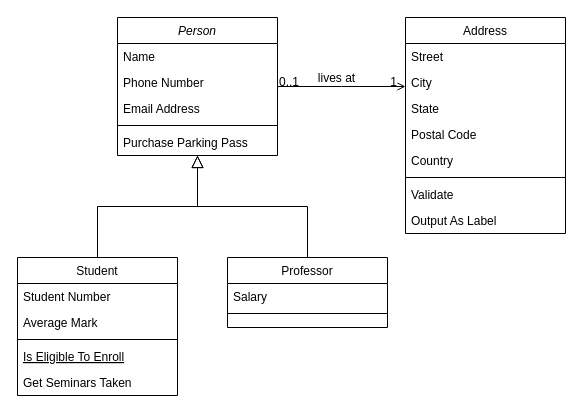
The draw.io diagram Diagramme sans nom.drawio in Boskonovic/diagrams, before the edit. Source tidied: cells renumbered, new cells numbered last; positions are measured from the earlier drawing's top-left corner, leaving out a move shared by most shapes. Both pictures are drawn from the tidied source at 100%, with x=0, y=0 at pixel (17, 17).
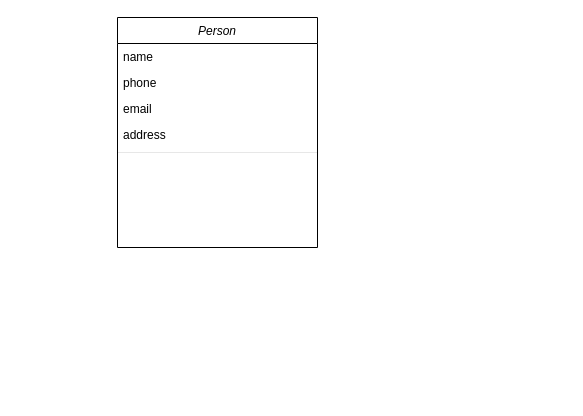
After the change.

Change to the diagram source:
```diff
@@
     <mxCell id="2" value="Person" style="swimlane;fontStyle=2;align=center;verticalAlign=top;horizontal=1;startSize=26;rounded=0;shadow=0;strokeWidth=1;" parent="1" vertex="1">
-      <mxGeometry x="100" width="160" height="138" as="geometry" />
+      <mxGeometry x="100" width="200" height="230" as="geometry" />
     </mxCell>
-    <mxCell id="3" value="Name" style="text;align=left;verticalAlign=top;spacingLeft=4;spacingRight=4;overflow=hidden;" parent="2" vertex="1">
-      <mxGeometry y="26" width="160" height="26" as="geometry" />
+    <mxCell id="3" value="name" style="text;align=left;verticalAlign=top;spacingLeft=4;spacingRight=4;overflow=hidden;" parent="2" vertex="1">
+      <mxGeometry y="26" width="200" height="26" as="geometry" />
     </mxCell>
-    <mxCell id="4" value="Phone Number" style="text;align=left;verticalAlign=top;spacingLeft=4;spacingRight=4;overflow=hidden;rounded=0;shadow=0;html=0;" parent="2" vertex="1">
-      <mxGeometry y="52" width="160" height="26" as="geometry" />
+    <mxCell id="4" value="phone" style="text;align=left;verticalAlign=top;spacingLeft=4;spacingRight=4;overflow=hidden;rounded=0;shadow=0;html=0;" parent="2" vertex="1">
+      <mxGeometry y="52" width="200" height="26" as="geometry" />
     </mxCell>
-    <mxCell id="5" value="Email Address" style="text;align=left;verticalAlign=top;spacingLeft=4;spacingRight=4;overflow=hidden;rounded=0;shadow=0;html=0;" parent="2" vertex="1">
-      <mxGeometry y="78" width="160" height="26" as="geometry" />
+    <mxCell id="5" value="email" style="text;align=left;verticalAlign=top;spacingLeft=4;spacingRight=4;overflow=hidden;rounded=0;shadow=0;html=0;" parent="2" vertex="1">
+      <mxGeometry y="78" width="200" height="26" as="geometry" />
     </mxCell>
-    <mxCell id="6" style="line;html=1;strokeWidth=1;align=left;verticalAlign=middle;spacingTop=-1;spacingLeft=3;spacingRight=3;labelPosition=right;" parent="2" vertex="1">
-      <mxGeometry y="104" width="160" height="8" as="geometry" />
-    </mxCell>
-    <mxCell id="7" value="Purchase Parking Pass" style="text;align=left;verticalAlign=top;spacingLeft=4;spacingRight=4;overflow=hidden;" parent="2" vertex="1">
-      <mxGeometry y="112" width="160" height="26" as="geometry" />
-    </mxCell>
-    <mxCell id="8" value="Student" style="swimlane;fontStyle=0;align=center;verticalAlign=top;horizontal=1;startSize=26;rounded=0;shadow=0;strokeWidth=1;" parent="1" vertex="1">
-      <mxGeometry y="240" width="160" height="138" as="geometry" />
-    </mxCell>
-    <mxCell id="9" value="Student Number" style="text;align=left;verticalAlign=top;spacingLeft=4;spacingRight=4;overflow=hidden;" parent="8" vertex="1">
-      <mxGeometry y="26" width="160" height="26" as="geometry" />
-    </mxCell>
-    <mxCell id="10" value="Average Mark" style="text;align=left;verticalAlign=top;spacingLeft=4;spacingRight=4;overflow=hidden;rounded=0;shadow=0;html=0;" parent="8" vertex="1">
-      <mxGeometry y="52" width="160" height="26" as="geometry" />
-    </mxCell>
-    <mxCell id="11" style="line;html=1;strokeWidth=1;align=left;verticalAlign=middle;spacingTop=-1;spacingLeft=3;spacingRight=3;labelPosition=right;" parent="8" vertex="1">
-      <mxGeometry y="78" width="160" height="8" as="geometry" />
-    </mxCell>
-    <mxCell id="12" value="Is Eligible To Enroll" style="text;align=left;verticalAlign=top;spacingLeft=4;spacingRight=4;overflow=hidden;fontStyle=4;" parent="8" vertex="1">
-      <mxGeometry y="86" width="160" height="26" as="geometry" />
-    </mxCell>
-    <mxCell id="13" value="Get Seminars Taken" style="text;align=left;verticalAlign=top;spacingLeft=4;spacingRight=4;overflow=hidden;" parent="8" vertex="1">
-      <mxGeometry y="112" width="160" height="26" as="geometry" />
-    </mxCell>
-    <mxCell id="14" style="endArrow=block;endSize=10;endFill=0;shadow=0;strokeWidth=1;rounded=0;edgeStyle=elbowEdgeStyle;elbow=vertical;" parent="1" edge="1" source="8" target="2">
-      <mxGeometry relative="1" as="geometry" />
-    </mxCell>
-    <mxCell id="15" value="Professor" style="swimlane;fontStyle=0;align=center;verticalAlign=top;horizontal=1;startSize=26;rounded=0;shadow=0;strokeWidth=1;" parent="1" vertex="1">
-      <mxGeometry x="210" y="240" width="160" height="70" as="geometry" />
-    </mxCell>
-    <mxCell id="16" value="Salary" style="text;align=left;verticalAlign=top;spacingLeft=4;spacingRight=4;overflow=hidden;" parent="15" vertex="1">
-      <mxGeometry y="26" width="160" height="26" as="geometry" />
-    </mxCell>
-    <mxCell id="17" style="line;html=1;strokeWidth=1;align=left;verticalAlign=middle;spacingTop=-1;spacingLeft=3;spacingRight=3;labelPosition=right;" parent="15" vertex="1">
-      <mxGeometry y="52" width="160" height="8" as="geometry" />
-    </mxCell>
-    <mxCell id="18" style="endArrow=block;endSize=10;endFill=0;shadow=0;strokeWidth=1;rounded=0;edgeStyle=elbowEdgeStyle;elbow=vertical;" parent="1" edge="1" source="15" target="2">
-      <mxGeometry relative="1" as="geometry" />
-    </mxCell>
-    <mxCell id="19" value="Address" style="swimlane;fontStyle=0;align=center;verticalAlign=top;horizontal=1;startSize=26;rounded=0;shadow=0;strokeWidth=1;" parent="1" vertex="1">
-      <mxGeometry x="388" width="160" height="216" as="geometry" />
-    </mxCell>
-    <mxCell id="20" value="Street" style="text;align=left;verticalAlign=top;spacingLeft=4;spacingRight=4;overflow=hidden;" parent="19" vertex="1">
-      <mxGeometry y="26" width="160" height="26" as="geometry" />
-    </mxCell>
-    <mxCell id="21" value="City" style="text;align=left;verticalAlign=top;spacingLeft=4;spacingRight=4;overflow=hidden;rounded=0;shadow=0;html=0;" parent="19" vertex="1">
-      <mxGeometry y="52" width="160" height="26" as="geometry" />
-    </mxCell>
-    <mxCell id="22" value="State" style="text;align=left;verticalAlign=top;spacingLeft=4;spacingRight=4;overflow=hidden;rounded=0;shadow=0;html=0;" parent="19" vertex="1">
-      <mxGeometry y="78" width="160" height="26" as="geometry" />
-    </mxCell>
-    <mxCell id="23" value="Postal Code" style="text;align=left;verticalAlign=top;spacingLeft=4;spacingRight=4;overflow=hidden;rounded=0;shadow=0;html=0;" parent="19" vertex="1">
-      <mxGeometry y="104" width="160" height="26" as="geometry" />
-    </mxCell>
-    <mxCell id="24" value="Country" style="text;align=left;verticalAlign=top;spacingLeft=4;spacingRight=4;overflow=hidden;rounded=0;shadow=0;html=0;" parent="19" vertex="1">
-      <mxGeometry y="130" width="160" height="26" as="geometry" />
-    </mxCell>
-    <mxCell id="25" style="line;html=1;strokeWidth=1;align=left;verticalAlign=middle;spacingTop=-1;spacingLeft=3;spacingRight=3;labelPosition=right;" parent="19" vertex="1">
-      <mxGeometry y="156" width="160" height="8" as="geometry" />
-    </mxCell>
-    <mxCell id="26" value="Validate" style="text;align=left;verticalAlign=top;spacingLeft=4;spacingRight=4;overflow=hidden;" parent="19" vertex="1">
-      <mxGeometry y="164" width="160" height="26" as="geometry" />
-    </mxCell>
-    <mxCell id="27" value="Output As Label" style="text;align=left;verticalAlign=top;spacingLeft=4;spacingRight=4;overflow=hidden;" parent="19" vertex="1">
-      <mxGeometry y="190" width="160" height="26" as="geometry" />
-    </mxCell>
-    <mxCell id="28" style="endArrow=open;shadow=0;strokeWidth=1;rounded=0;endFill=1;edgeStyle=elbowEdgeStyle;elbow=vertical;" parent="1" edge="1" source="2" target="19">
-      <mxGeometry x="0.5" y="41" relative="1" as="geometry">
-        <mxPoint x="-40" y="32" as="offset" />
-      </mxGeometry>
-    </mxCell>
-    <mxCell id="29" value="0..1" style="align=left;verticalAlign=bottom;labelBackgroundColor=none;fontSize=12;" parent="28" vertex="1">
-      <mxGeometry x="-1" relative="1" as="geometry">
-        <mxPoint y="4" as="offset" />
-      </mxGeometry>
-    </mxCell>
-    <mxCell id="30" value="1" style="align=right;verticalAlign=bottom;labelBackgroundColor=none;fontSize=12;" parent="28" vertex="1">
-      <mxGeometry x="1" relative="1" as="geometry">
-        <mxPoint x="-7" y="4" as="offset" />
-      </mxGeometry>
-    </mxCell>
-    <mxCell id="31" value="lives at" style="text;html=1;align=center;verticalAlign=middle;labelBackgroundColor=none;rounded=0;shadow=0;strokeWidth=1;fontSize=12;" parent="28" vertex="1">
-      <mxGeometry x="0.5" y="49" relative="1" as="geometry">
-        <mxPoint x="-38" y="40" as="offset" />
-      </mxGeometry>
-    </mxCell>
+    <mxCell id="32" value="address" style="text;align=left;verticalAlign=top;spacingLeft=4;spacingRight=4;overflow=hidden;rounded=0;shadow=0;html=0;" parent="2" vertex="1">
+      <mxGeometry y="104" width="200" height="26" as="geometry" />
+    </mxCell>
+    <mxCell id="33" style="line;strokeWidth=0;html=1;" parent="2" vertex="1">
+      <mxGeometry y="130" width="200" height="10" as="geometry" />
+    </mxCell>
```
